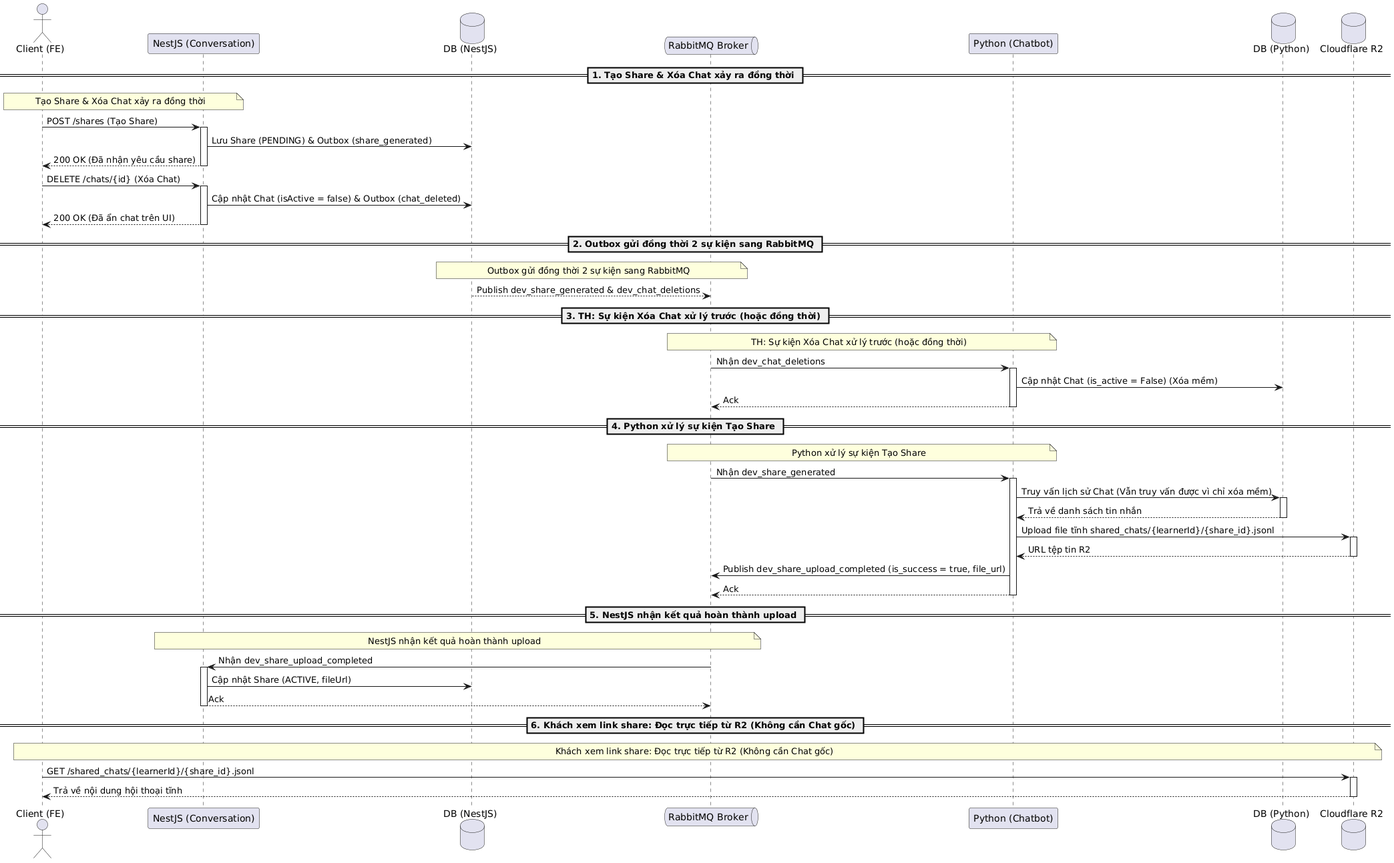
The PlantUML diagram latex/pictures/share-concurrency-handling.png in 20206205Tech/docs-latex, before a commit.
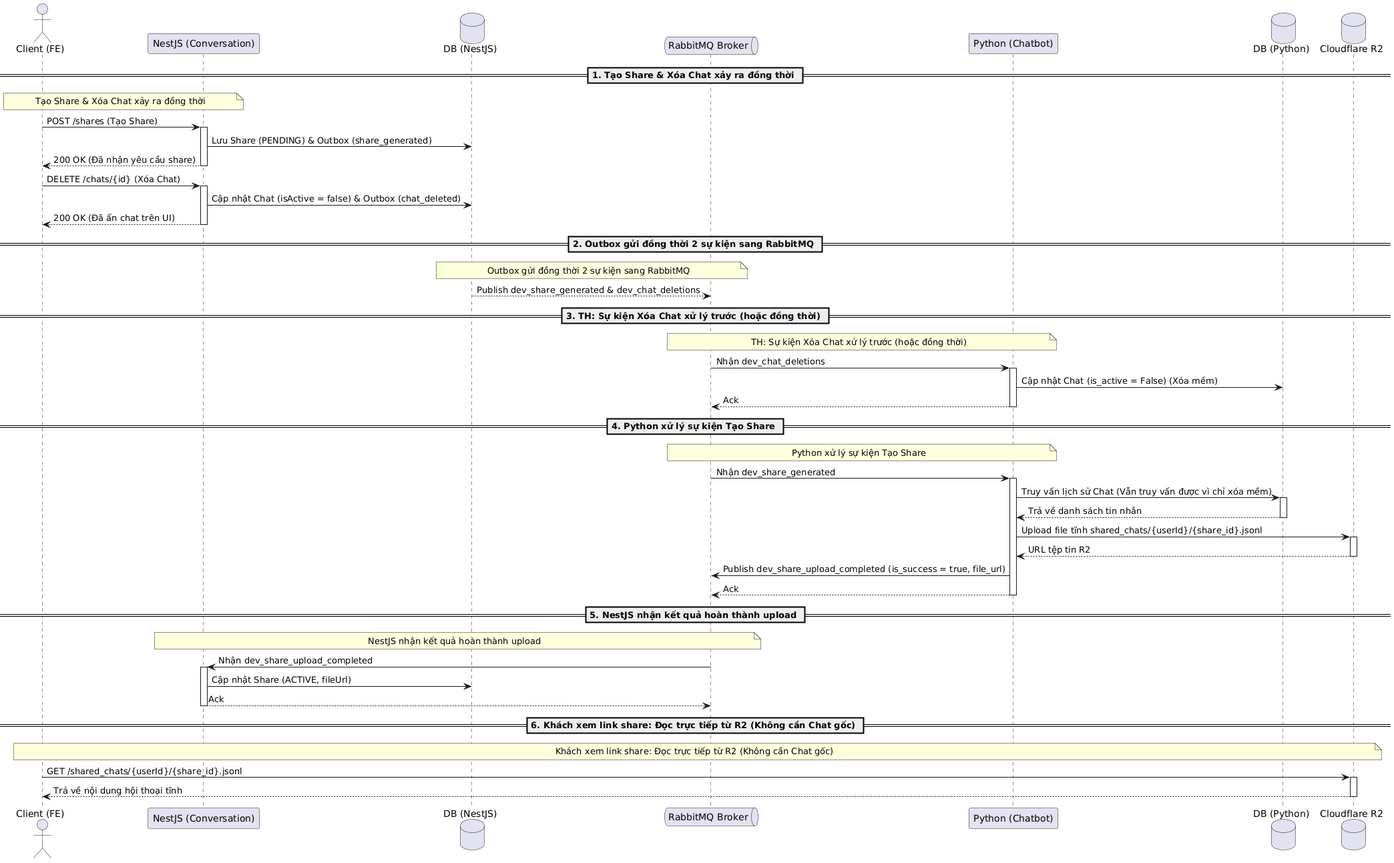
Later version of the same file.

Change to the diagram source:
```diff
@@ -32,7 +32,7 @@
 RabbitMQ -> Python ++: Nhận dev_share_generated
 Python -> PythonDB ++: Truy vấn lịch sử Chat (Vẫn truy vấn được vì chỉ xóa mềm)
 PythonDB --> Python --: Trả về danh sách tin nhắn
-Python -> R2 ++: Upload file tĩnh shared_chats/{learnerId}/{share_id}.jsonl
+Python -> R2 ++: Upload file tĩnh shared_chats/{userId}/{share_id}.jsonl
 R2 --> Python --: URL tệp tin R2
 Python -> RabbitMQ: Publish dev_share_upload_completed (is_success = true, file_url)
 Python --> RabbitMQ --: Ack
@@ -45,6 +45,6 @@
 
 == 6. Khách xem link share: Đọc trực tiếp từ R2 (Không cần Chat gốc) ==
 note over Client, R2: Khách xem link share: Đọc trực tiếp từ R2 (Không cần Chat gốc)
-Client -> R2 ++: GET /shared_chats/{learnerId}/{share_id}.jsonl
+Client -> R2 ++: GET /shared_chats/{userId}/{share_id}.jsonl
 R2 --> Client --: Trả về nội dung hội thoại tĩnh
 @enduml
```
